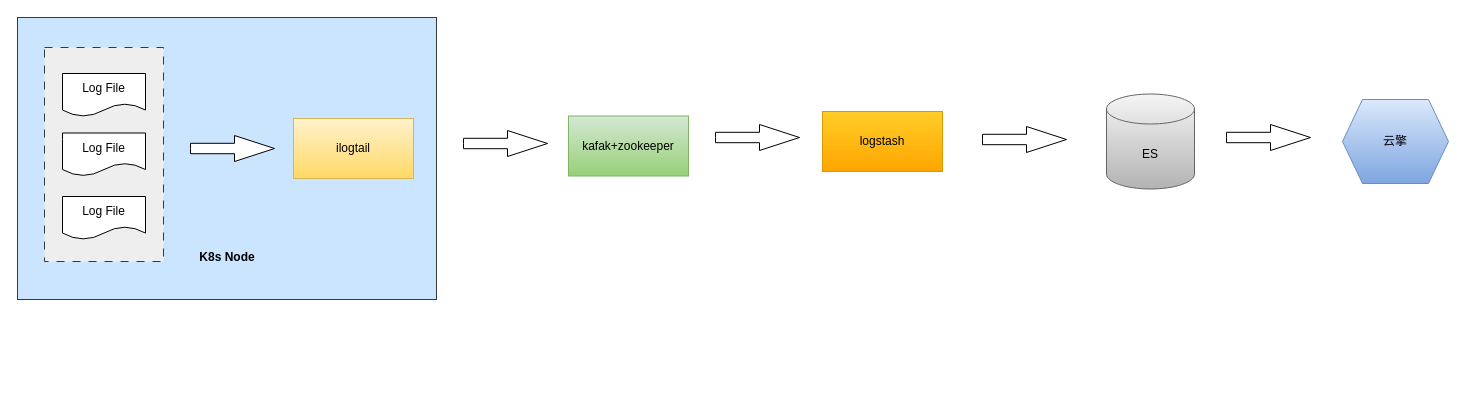
ArimaKouseiYL/design keeps this draw.io diagram as 日志架构.drawio. Above is the earlier version. Source tidied: cells renumbered, new cells numbered last; positions are measured from the earlier drawing's top-left corner, leaving out a move shared by most shapes. Both pictures are drawn from the tidied source at 100%, with x=0, y=0 at pixel (17, 17).
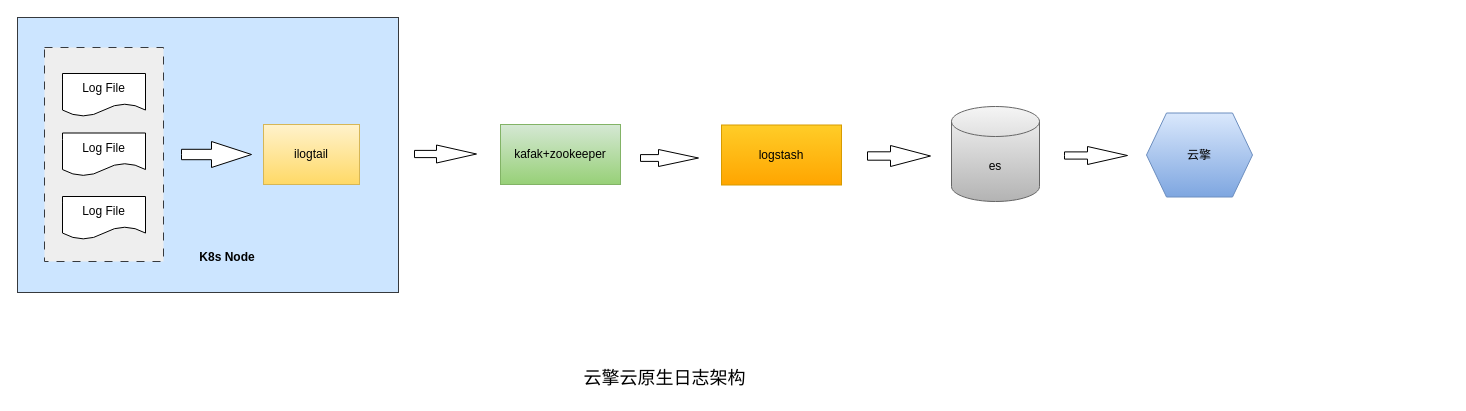
Above is the later version.

Commit message (it also covers changes not shown here):
更新日志架构.drawio

What changed in the source:
```diff
@@
 <mxGraphModel>
   <root>
     <mxCell id="0" />
     <mxCell id="1" parent="0" />
     <mxCell id="2" style="rounded=0;whiteSpace=wrap;html=1;fillColor=#cce5ff;strokeColor=#36393d;" parent="1" vertex="1">
-      <mxGeometry width="419" height="282" as="geometry" />
+      <mxGeometry width="381" height="275" as="geometry" />
     </mxCell>
     <mxCell id="3" value="ilogtail" style="rounded=0;whiteSpace=wrap;html=1;fillColor=#fff2cc;strokeColor=#d6b656;gradientColor=#ffd966;" parent="1" vertex="1">
-      <mxGeometry x="276" y="101" width="120" height="60" as="geometry" />
+      <mxGeometry x="246" y="107" width="96" height="60" as="geometry" />
     </mxCell>
     <mxCell id="4" style="rounded=0;whiteSpace=wrap;html=1;dashed=1;dashPattern=8 8;fillColor=#eeeeee;strokeColor=#36393d;" parent="1" vertex="1">
       <mxGeometry x="27" y="30" width="119" height="214" as="geometry" />
     </mxCell>
     <mxCell id="5" style="html=1;shadow=0;dashed=0;align=center;verticalAlign=middle;shape=mxgraph.arrows2.arrow;dy=0.6;dx=40;notch=0;" parent="1" vertex="1">
-      <mxGeometry x="173" y="118" width="84" height="26" as="geometry" />
+      <mxGeometry x="164" y="124" width="70" height="26" as="geometry" />
     </mxCell>
     <mxCell id="6" style="html=1;shadow=0;dashed=0;align=center;verticalAlign=middle;shape=mxgraph.arrows2.arrow;dy=0.6;dx=40;notch=0;" parent="1" vertex="1">
-      <mxGeometry x="446" y="113" width="84" height="26" as="geometry" />
+      <mxGeometry x="397" y="127.5" width="62" height="18" as="geometry" />
     </mxCell>
     <mxCell id="7" value="kafak+zookeeper" style="rounded=0;whiteSpace=wrap;html=1;fillColor=#d5e8d4;strokeColor=#82b366;gradientColor=#97d077;" parent="1" vertex="1">
-      <mxGeometry x="551" y="98.5" width="120" height="60" as="geometry" />
+      <mxGeometry x="483" y="107" width="120" height="60" as="geometry" />
     </mxCell>
     <mxCell id="8" value="logstash" style="rounded=0;whiteSpace=wrap;html=1;fillColor=#ffcd28;strokeColor=#d79b00;gradientColor=#ffa500;" parent="1" vertex="1">
-      <mxGeometry x="805" y="94" width="120" height="60" as="geometry" />
+      <mxGeometry x="704" y="107.5" width="120" height="60" as="geometry" />
     </mxCell>
     <mxCell id="9" style="html=1;shadow=0;dashed=0;align=center;verticalAlign=middle;shape=mxgraph.arrows2.arrow;dy=0.6;dx=40;notch=0;" parent="1" vertex="1">
-      <mxGeometry x="698" y="107" width="84" height="26" as="geometry" />
+      <mxGeometry x="623" y="132" width="58" height="17" as="geometry" />
     </mxCell>
-    <mxCell id="10" value="ES" style="shape=cylinder3;whiteSpace=wrap;html=1;boundedLbl=1;backgroundOutline=1;size=15;fillColor=#f5f5f5;strokeColor=#666666;gradientColor=#b3b3b3;" parent="1" vertex="1">
-      <mxGeometry x="1089" y="76.5" width="88" height="95" as="geometry" />
+    <mxCell id="10" value="es" style="shape=cylinder3;whiteSpace=wrap;html=1;boundedLbl=1;backgroundOutline=1;size=15;fillColor=#f5f5f5;strokeColor=#666666;gradientColor=#b3b3b3;" parent="1" vertex="1">
+      <mxGeometry x="934" y="89" width="88" height="95" as="geometry" />
     </mxCell>
     <mxCell id="11" style="html=1;shadow=0;dashed=0;align=center;verticalAlign=middle;shape=mxgraph.arrows2.arrow;dy=0.6;dx=40;notch=0;" parent="1" vertex="1">
-      <mxGeometry x="965" y="109" width="84" height="26" as="geometry" />
+      <mxGeometry x="850" y="128" width="63" height="21" as="geometry" />
     </mxCell>
     <mxCell id="12" style="html=1;shadow=0;dashed=0;align=center;verticalAlign=middle;shape=mxgraph.arrows2.arrow;dy=0.6;dx=40;notch=0;" parent="1" vertex="1">
-      <mxGeometry x="1209" y="107" width="84" height="26" as="geometry" />
+      <mxGeometry x="1047" y="129" width="63" height="18" as="geometry" />
     </mxCell>
     <mxCell id="13" value="云擎" style="shape=hexagon;perimeter=hexagonPerimeter2;whiteSpace=wrap;html=1;fixedSize=1;fillColor=#dae8fc;strokeColor=#6c8ebf;gradientColor=#7ea6e0;" parent="1" vertex="1">
-      <mxGeometry x="1325" y="82" width="106" height="84" as="geometry" />
+      <mxGeometry x="1129" y="95.5" width="106" height="84" as="geometry" />
     </mxCell>
     <mxCell id="14" value="Log File" style="shape=document;whiteSpace=wrap;html=1;boundedLbl=1;" parent="1" vertex="1">
       <mxGeometry x="45" y="56" width="83" height="43" as="geometry" />
     </mxCell>
     <mxCell id="15" value="Log File" style="shape=document;whiteSpace=wrap;html=1;boundedLbl=1;" parent="1" vertex="1">
       <mxGeometry x="45" y="115.5" width="83" height="43" as="geometry" />
     </mxCell>
     <mxCell id="16" value="Log File" style="shape=document;whiteSpace=wrap;html=1;boundedLbl=1;" parent="1" vertex="1">
       <mxGeometry x="45" y="179" width="83" height="43" as="geometry" />
     </mxCell>
     <mxCell id="17" value="&lt;b&gt;K8s Node&lt;/b&gt;" style="text;html=1;align=center;verticalAlign=middle;whiteSpace=wrap;rounded=0;" parent="1" vertex="1">
       <mxGeometry x="179.5" y="225" width="60" height="30" as="geometry" />
     </mxCell>
+    <mxCell id="18" value="&lt;font style=&quot;font-size: 18px;&quot;&gt;云擎云原生日志架构&lt;/font&gt;" style="text;html=1;align=center;verticalAlign=middle;whiteSpace=wrap;rounded=0;" parent="1" vertex="1">
+      <mxGeometry x="551" y="346" width="193" height="30" as="geometry" />
+    </mxCell>
   </root>
 </mxGraphModel>
```
